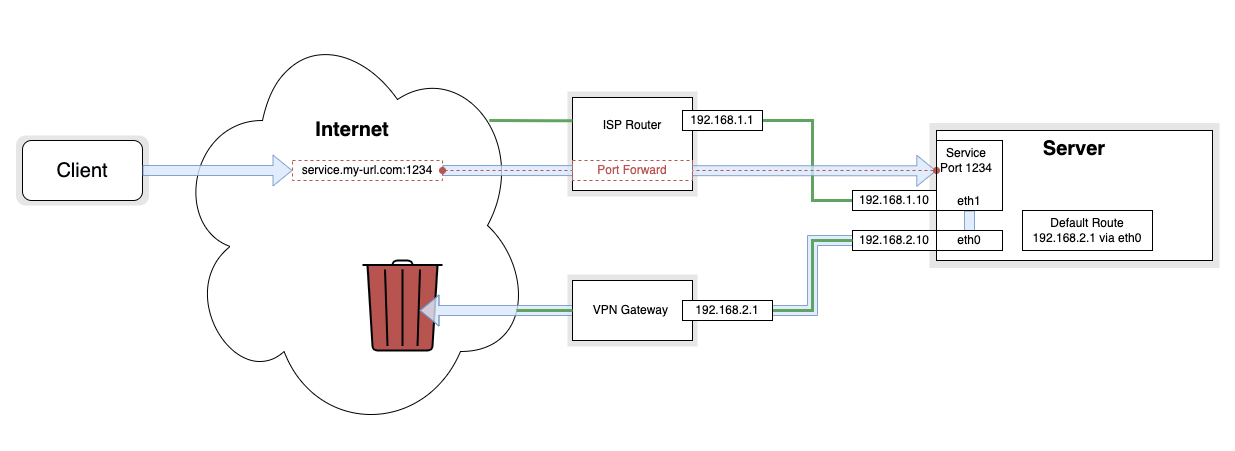
mietzen/split-gateway keeps this draw.io diagram as assets/got.png. Above is the earlier version. Source tidied: cells renumbered, new cells last; positions are measured from the earlier drawing's top-left corner, leaving out a move shared by most shapes.
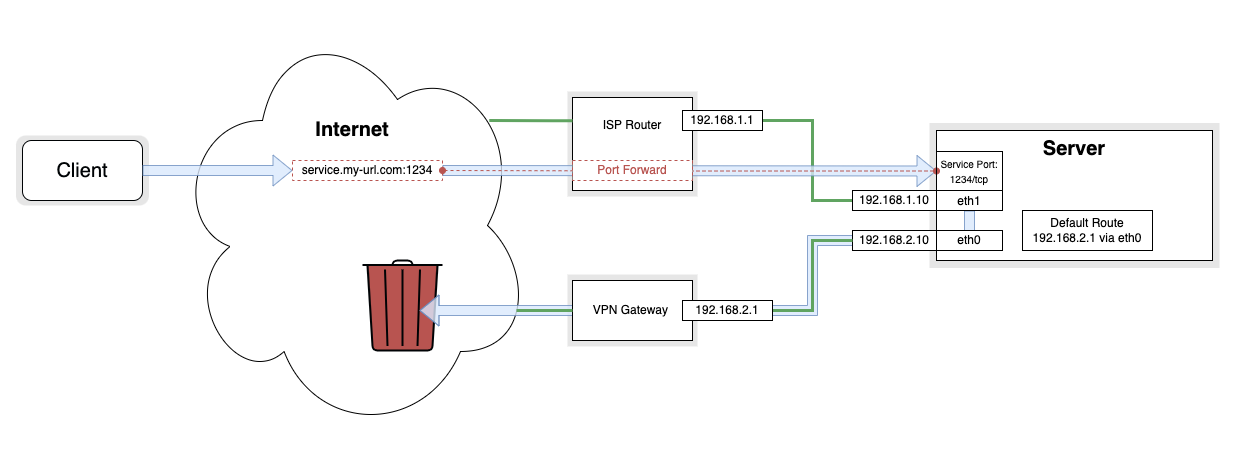
Later version of the same file.

Diff of the diagram source:
```diff
@@ -28,7 +28,7 @@
     <mxCell id="8" value="&lt;font style=&quot;font-size: 20px;&quot;&gt;&lt;br&gt;&lt;br&gt;&lt;br&gt;&lt;br&gt;&lt;b&gt;&lt;font style=&quot;font-size: 20px;&quot;&gt;Internet&lt;/font&gt;&lt;/b&gt;&lt;/font&gt;" style="ellipse;shape=cloud;whiteSpace=wrap;html=1;rounded=0;verticalAlign=top;" parent="1" vertex="1">
       <mxGeometry x="156" width="360" height="420" as="geometry" />
     </mxCell>
-    <mxCell id="9" style="shape=flexArrow;endArrow=classic;html=1;rounded=0;fontSize=20;fontColor=#B85450;fillColor=#dae8fc;strokeColor=#6c8ebf;opacity=80;entryX=-0.003;entryY=0.433;entryDx=0;entryDy=0;exitX=1;exitY=0.5;exitDx=0;exitDy=0;entryPerimeter=0;" parent="1" edge="1" source="25" target="18">
+    <mxCell id="9" style="shape=flexArrow;endArrow=classic;html=1;rounded=0;fontSize=20;fontColor=#B85450;fillColor=#dae8fc;strokeColor=#6c8ebf;opacity=80;entryX=0;entryY=0.5;entryDx=0;entryDy=0;exitX=1;exitY=0.5;exitDx=0;exitDy=0;" parent="1" edge="1" source="24" target="29">
       <mxGeometry relative="1" as="geometry" />
     </mxCell>
     <mxCell id="10" value="&lt;b&gt;&lt;font style=&quot;font-size: 20px;&quot;&gt;Server&lt;/font&gt;&lt;/b&gt;" style="rounded=0;whiteSpace=wrap;html=1;align=center;verticalAlign=top;" parent="1" vertex="1">
@@ -37,7 +37,7 @@
     <mxCell id="11" style="html=1;verticalLabelPosition=bottom;align=center;labelBackgroundColor=#ffffff;verticalAlign=top;strokeWidth=2;strokeColor=#000305;shadow=0;dashed=0;shape=mxgraph.ios7.icons.trashcan;fontSize=20;fontColor=#B85450;fillColor=#B85450;" parent="1" vertex="1">
       <mxGeometry x="346" y="245" width="80" height="90" as="geometry" />
     </mxCell>
-    <mxCell id="12" style="shape=flexArrow;endArrow=classic;html=1;rounded=0;fontSize=20;fontColor=#B85450;fillColor=#dae8fc;strokeColor=#6c8ebf;opacity=80;exitX=0.5;exitY=1;exitDx=0;exitDy=0;" parent="1" edge="1" source="18">
+    <mxCell id="12" style="shape=flexArrow;endArrow=classic;html=1;rounded=0;fontSize=20;fontColor=#B85450;fillColor=#dae8fc;strokeColor=#6c8ebf;opacity=80;exitX=0.5;exitY=1;exitDx=0;exitDy=0;" parent="1" edge="1" source="17">
       <mxGeometry relative="1" as="geometry">
         <mxPoint x="403" y="295" as="targetPoint" />
         <Array as="points">
@@ -58,51 +58,51 @@
     <mxCell id="15" value="Default Route&lt;br&gt;192.168.2.1 via eth0" style="text;html=1;strokeColor=default;fillColor=none;align=center;verticalAlign=middle;whiteSpace=wrap;rounded=0;" parent="1" vertex="1">
       <mxGeometry x="1006" y="195" width="130" height="40" as="geometry" />
     </mxCell>
-    <mxCell id="16" value="Service&lt;br&gt;Port 1234" style="text;html=1;strokeColor=none;fillColor=none;align=center;verticalAlign=middle;whiteSpace=wrap;rounded=0;" parent="1" vertex="1">
-      <mxGeometry x="920" y="125" width="60" height="40" as="geometry" />
+    <mxCell id="16" style="edgeStyle=orthogonalEdgeStyle;rounded=0;jettySize=auto;html=1;exitX=0;exitY=0.5;exitDx=0;exitDy=0;entryX=1;entryY=0.5;entryDx=0;entryDy=0;endArrow=oval;endFill=1;dashed=1;startArrow=oval;startFill=1;fillColor=#f8cecc;strokeColor=#b85450;" parent="1" edge="1" source="29" target="24">
+      <mxGeometry relative="1" as="geometry" />
     </mxCell>
-    <mxCell id="17" style="edgeStyle=orthogonalEdgeStyle;rounded=0;jettySize=auto;html=1;exitX=0;exitY=0.75;exitDx=0;exitDy=0;entryX=1;entryY=0.5;entryDx=0;entryDy=0;endArrow=oval;endFill=1;dashed=1;startArrow=oval;startFill=1;fillColor=#f8cecc;strokeColor=#b85450;" parent="1" edge="1" source="16" target="25">
-      <mxGeometry relative="1" as="geometry" />
+    <mxCell id="17" value="eth1" style="text;html=1;strokeColor=default;fillColor=none;align=center;verticalAlign=bottom;whiteSpace=wrap;rounded=0;" parent="1" vertex="1">
+      <mxGeometry x="920" y="175" width="66" height="20" as="geometry" />
     </mxCell>
-    <mxCell id="18" value="eth1" style="text;html=1;strokeColor=default;fillColor=none;align=center;verticalAlign=bottom;whiteSpace=wrap;rounded=0;" parent="1" vertex="1">
-      <mxGeometry x="920" y="125" width="66" height="70" as="geometry" />
+    <mxCell id="18" value="&lt;font color=&quot;#000305&quot;&gt;Client&lt;/font&gt;" style="rounded=1;whiteSpace=wrap;html=1;fontSize=20;fontColor=#B85450;strokeColor=#000305;fillColor=default;" parent="1" vertex="1">
+      <mxGeometry x="6" y="125" width="120" height="60" as="geometry" />
     </mxCell>
-    <mxCell id="19" value="&lt;font color=&quot;#000305&quot;&gt;Client&lt;/font&gt;" style="rounded=1;whiteSpace=wrap;html=1;fontSize=20;fontColor=#B85450;strokeColor=#000305;fillColor=default;" parent="1" vertex="1">
-      <mxGeometry x="6" y="125" width="120" height="60" as="geometry" />
+    <mxCell id="19" style="shape=flexArrow;endArrow=classic;html=1;rounded=0;fontSize=20;fontColor=#B85450;fillColor=#dae8fc;strokeColor=#6c8ebf;opacity=80;exitX=1;exitY=0.5;exitDx=0;exitDy=0;" parent="1" edge="1" source="18">
+      <mxGeometry relative="1" as="geometry">
+        <mxPoint x="276" y="155" as="targetPoint" />
+      </mxGeometry>
     </mxCell>
-    <mxCell id="20" style="shape=flexArrow;endArrow=classic;html=1;rounded=0;fontSize=20;fontColor=#B85450;fillColor=#dae8fc;strokeColor=#6c8ebf;opacity=80;exitX=1;exitY=0.5;exitDx=0;exitDy=0;" parent="1" edge="1" source="19">
-      <mxGeometry relative="1" as="geometry">
-        <mxPoint x="276" y="155" as="targetPoint" />
-      </mxGeometry>
+    <mxCell id="20" value="&lt;font color=&quot;#b85450&quot;&gt;Port Forward&lt;/font&gt;" style="rounded=0;whiteSpace=wrap;html=1;dashed=1;strokeColor=#B85450;" parent="1" vertex="1">
+      <mxGeometry x="556" y="145" width="120" height="20" as="geometry" />
     </mxCell>
-    <mxCell id="21" value="&lt;font color=&quot;#b85450&quot;&gt;Port Forward&lt;/font&gt;" style="rounded=0;whiteSpace=wrap;html=1;dashed=1;strokeColor=#B85450;" parent="1" vertex="1">
-      <mxGeometry x="556" y="145" width="120" height="20" as="geometry" />
+    <mxCell id="21" value="192.168.2.10" style="rounded=0;whiteSpace=wrap;html=1;" parent="1" vertex="1">
+      <mxGeometry x="836" y="215" width="84" height="20" as="geometry" />
     </mxCell>
-    <mxCell id="22" value="192.168.2.10" style="rounded=0;whiteSpace=wrap;html=1;" parent="1" vertex="1">
-      <mxGeometry x="836" y="215" width="84" height="20" as="geometry" />
+    <mxCell id="22" value="eth0" style="text;html=1;strokeColor=default;fillColor=default;align=center;verticalAlign=middle;whiteSpace=wrap;rounded=0;" parent="1" vertex="1">
+      <mxGeometry x="920" y="215" width="66" height="20" as="geometry" />
     </mxCell>
-    <mxCell id="23" value="eth0" style="text;html=1;strokeColor=default;fillColor=default;align=center;verticalAlign=middle;whiteSpace=wrap;rounded=0;" parent="1" vertex="1">
-      <mxGeometry x="920" y="215" width="66" height="20" as="geometry" />
+    <mxCell id="23" value="VPN Gateway&amp;nbsp;" style="rounded=0;whiteSpace=wrap;html=1;" parent="1" vertex="1">
+      <mxGeometry x="556" y="265" width="120" height="60" as="geometry" />
     </mxCell>
-    <mxCell id="24" value="VPN Gateway&amp;nbsp;" style="rounded=0;whiteSpace=wrap;html=1;" parent="1" vertex="1">
-      <mxGeometry x="556" y="265" width="120" height="60" as="geometry" />
+    <mxCell id="24" value="service.my-url.com:1234" style="text;html=1;strokeColor=#B85450;fillColor=none;align=center;verticalAlign=middle;whiteSpace=wrap;rounded=0;dashed=1;" parent="1" vertex="1">
+      <mxGeometry x="276" y="145" width="150" height="20" as="geometry" />
     </mxCell>
-    <mxCell id="25" value="service.my-url.com:1234" style="text;html=1;strokeColor=#B85450;fillColor=none;align=center;verticalAlign=middle;whiteSpace=wrap;rounded=0;dashed=1;" parent="1" vertex="1">
-      <mxGeometry x="276" y="145" width="150" height="20" as="geometry" />
+    <mxCell id="25" style="edgeStyle=orthogonalEdgeStyle;rounded=0;jettySize=auto;html=1;endArrow=none;endFill=0;entryX=0.88;entryY=0.25;entryDx=0;entryDy=0;entryPerimeter=0;exitX=0;exitY=0.25;exitDx=0;exitDy=0;strokeWidth=3;strokeColor=#60A461;" parent="1" edge="1" source="13" target="8">
+      <mxGeometry relative="1" as="geometry" />
     </mxCell>
-    <mxCell id="26" style="edgeStyle=orthogonalEdgeStyle;rounded=0;jettySize=auto;html=1;endArrow=none;endFill=0;entryX=0.88;entryY=0.25;entryDx=0;entryDy=0;entryPerimeter=0;exitX=0;exitY=0.25;exitDx=0;exitDy=0;strokeWidth=3;strokeColor=#60A461;" parent="1" edge="1" source="13" target="8">
+    <mxCell id="26" style="edgeStyle=orthogonalEdgeStyle;rounded=0;jettySize=auto;html=1;exitX=0;exitY=0.5;exitDx=0;exitDy=0;entryX=1;entryY=0.5;entryDx=0;entryDy=0;endArrow=none;endFill=0;strokeWidth=3;strokeColor=#60A461;" parent="1" edge="1" source="21" target="28">
       <mxGeometry relative="1" as="geometry" />
     </mxCell>
-    <mxCell id="27" style="edgeStyle=orthogonalEdgeStyle;rounded=0;jettySize=auto;html=1;exitX=0;exitY=0.5;exitDx=0;exitDy=0;entryX=1;entryY=0.5;entryDx=0;entryDy=0;endArrow=none;endFill=0;strokeWidth=3;strokeColor=#60A461;" parent="1" edge="1" source="22" target="29">
-      <mxGeometry relative="1" as="geometry" />
+    <mxCell id="27" style="edgeStyle=orthogonalEdgeStyle;rounded=0;jettySize=auto;html=1;endArrow=none;endFill=0;exitX=0;exitY=0.5;exitDx=0;exitDy=0;strokeWidth=3;strokeColor=#60A461;" parent="1" edge="1" source="23">
+      <mxGeometry relative="1" as="geometry">
+        <mxPoint x="500" y="295" as="targetPoint" />
+      </mxGeometry>
     </mxCell>
-    <mxCell id="28" style="edgeStyle=orthogonalEdgeStyle;rounded=0;jettySize=auto;html=1;endArrow=none;endFill=0;exitX=0;exitY=0.5;exitDx=0;exitDy=0;strokeWidth=3;strokeColor=#60A461;" parent="1" edge="1" source="24">
-      <mxGeometry relative="1" as="geometry">
-        <mxPoint x="500" y="295" as="targetPoint" />
-      </mxGeometry>
+    <mxCell id="28" value="192.168.2.1" style="rounded=0;whiteSpace=wrap;html=1;" parent="1" vertex="1">
+      <mxGeometry x="666" y="285" width="90" height="20" as="geometry" />
     </mxCell>
-    <mxCell id="29" value="192.168.2.1" style="rounded=0;whiteSpace=wrap;html=1;" parent="1" vertex="1">
-      <mxGeometry x="666" y="285" width="90" height="20" as="geometry" />
+    <mxCell id="29" value="&lt;font style=&quot;font-size: 10px;&quot;&gt;Service Port: 1234/tcp&lt;/font&gt;" style="text;html=1;strokeColor=default;fillColor=none;align=center;verticalAlign=middle;whiteSpace=wrap;rounded=0;" parent="1" vertex="1">
+      <mxGeometry x="920" y="136" width="66" height="39" as="geometry" />
     </mxCell>
   </root>
 </mxGraphModel>
```
